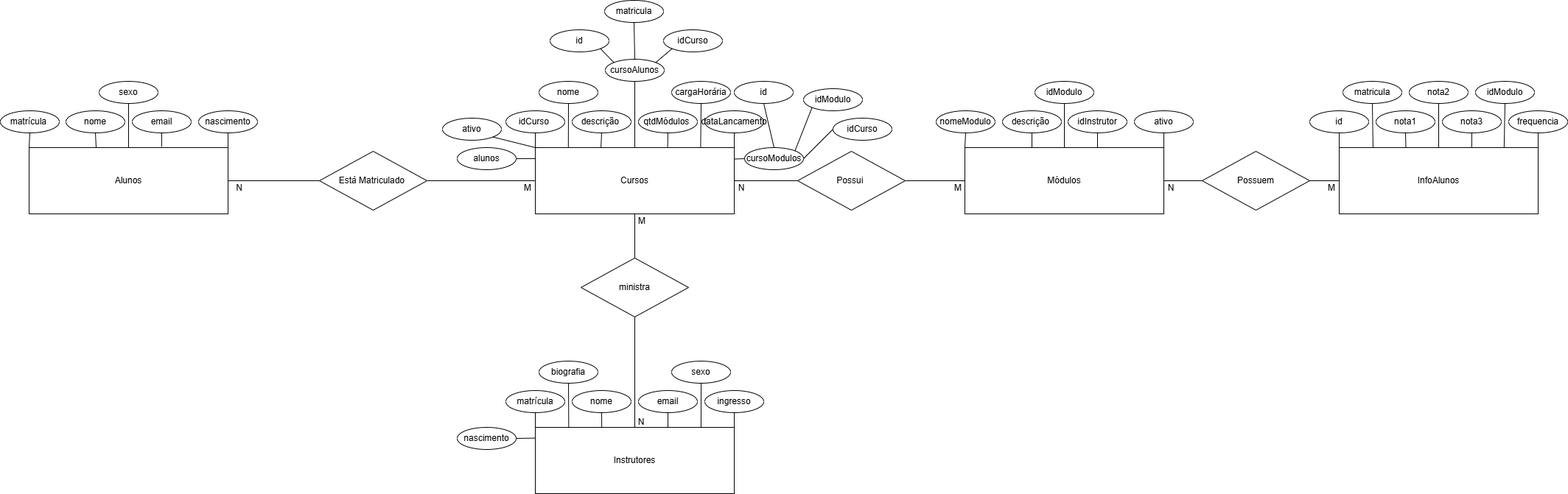
Above: EduPlus_modeloDeEntidaderelacional.png in ErastoSouza/EduPlus (draw.io), before the change. Source tidied: cells renumbered, new cells last; positions are measured from the earlier drawing's top-left corner, leaving out a move shared by most shapes.
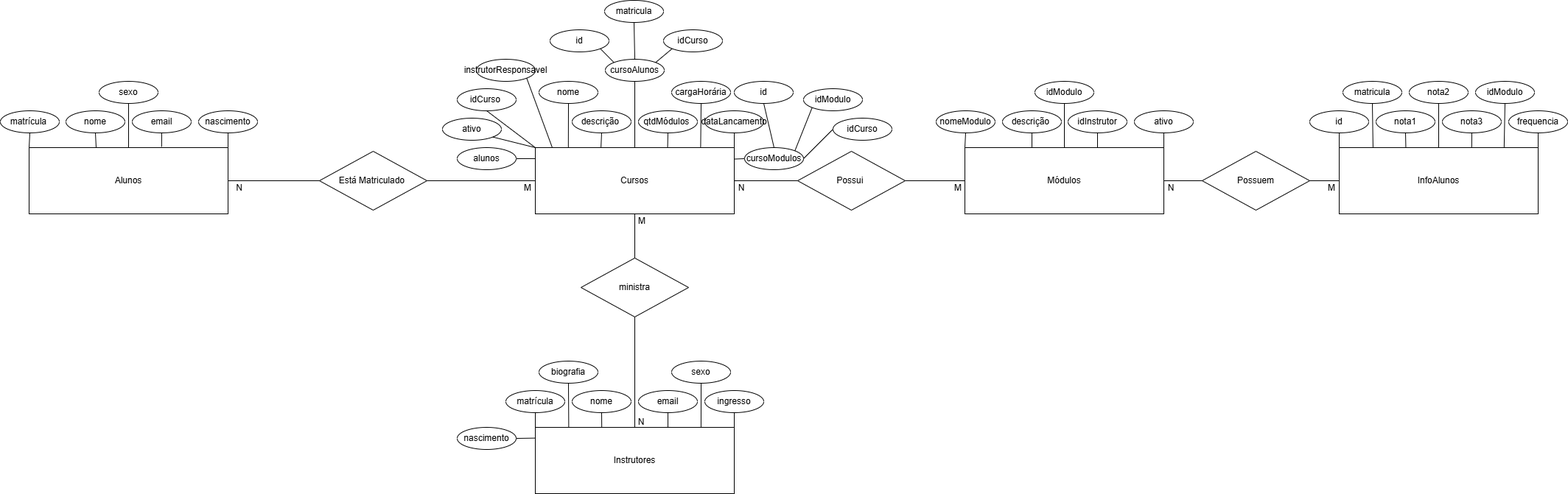
After the change.

Change to the diagram source:
```diff
@@ -149,7 +149,7 @@
       <mxGeometry x="726" y="200" width="270" height="90" as="geometry" />
     </mxCell>
     <mxCell id="50" value="idCurso&amp;nbsp;" style="ellipse;whiteSpace=wrap;html=1;direction=east;" parent="1" vertex="1">
-      <mxGeometry x="686" y="150" width="80" height="30" as="geometry" />
+      <mxGeometry x="620" y="120" width="80" height="30" as="geometry" />
     </mxCell>
     <mxCell id="51" value="nome" style="ellipse;whiteSpace=wrap;html=1;direction=east;" parent="1" vertex="1">
       <mxGeometry x="731" y="110" width="80" height="30" as="geometry" />
@@ -326,5 +326,11 @@
     <mxCell id="107" style="endArrow=none;html=1;rounded=0;entryX=1;entryY=1;entryDx=0;entryDy=0;exitX=0;exitY=0;exitDx=0;exitDy=0;" parent="1" edge="1" source="49" target="106">
       <mxGeometry relative="1" as="geometry" />
     </mxCell>
+    <mxCell id="108" value="&lt;span style=&quot;text-wrap-mode: nowrap;&quot;&gt;instrutorResponsavel&lt;/span&gt;" style="ellipse;whiteSpace=wrap;html=1;direction=east;" parent="1" vertex="1">
+      <mxGeometry x="646" y="80" width="80" height="30" as="geometry" />
+    </mxCell>
+    <mxCell id="109" style="endArrow=none;html=1;rounded=0;entryX=1;entryY=1;entryDx=0;entryDy=0;exitX=0.085;exitY=-0.002;exitDx=0;exitDy=0;exitPerimeter=0;" parent="1" edge="1" source="49" target="108">
+      <mxGeometry relative="1" as="geometry" />
+    </mxCell>
   </root>
 </mxGraphModel>
```
